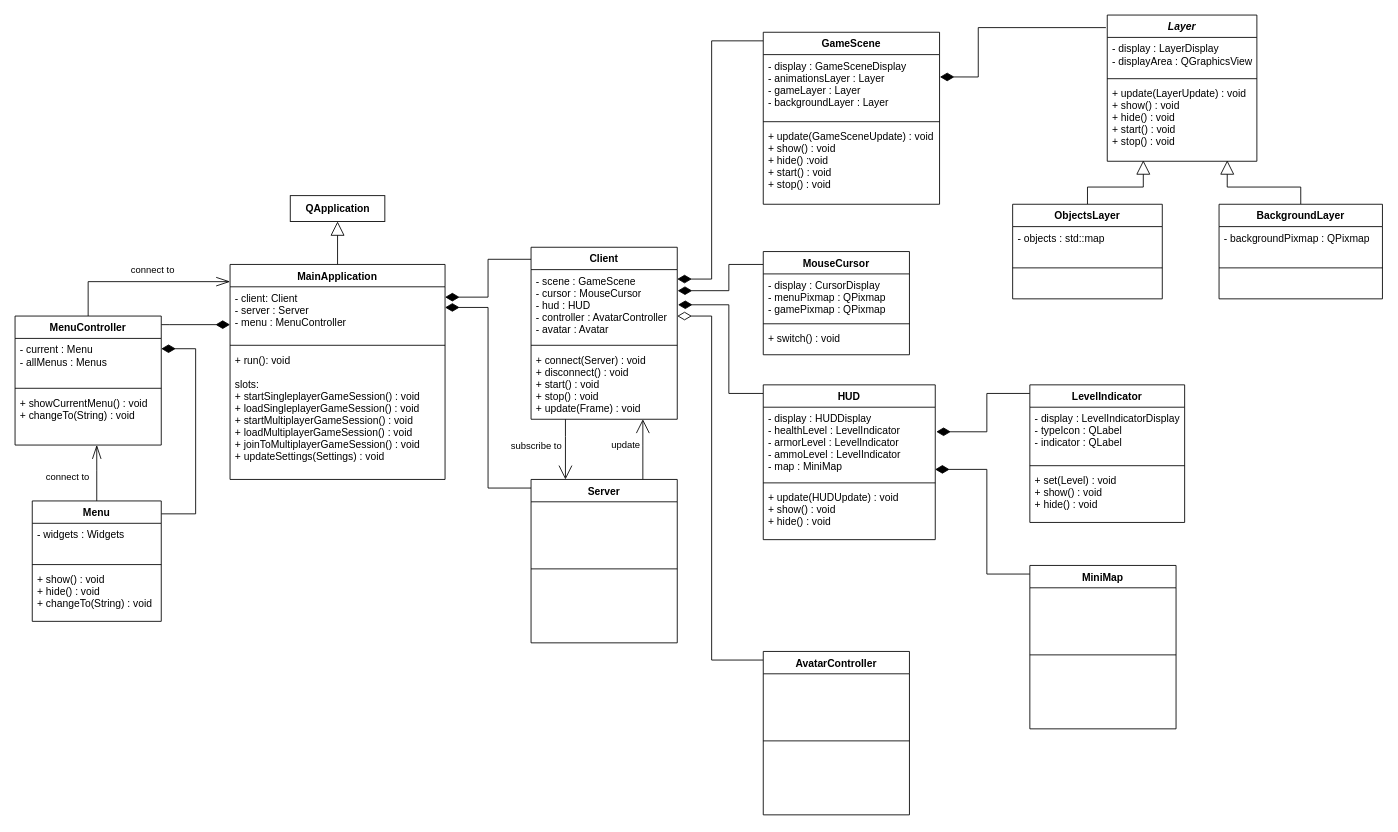
Earlier version of the draw.io diagram doc/class_diagram.drawio (TadekBiela/heisttown). Source tidied: cells renumbered, new cells numbered last; positions are measured from the earlier drawing's top-left corner, leaving out a move shared by most shapes. Both pictures are drawn from the tidied source at 86%, with x=0, y=0 at pixel (15, 15).
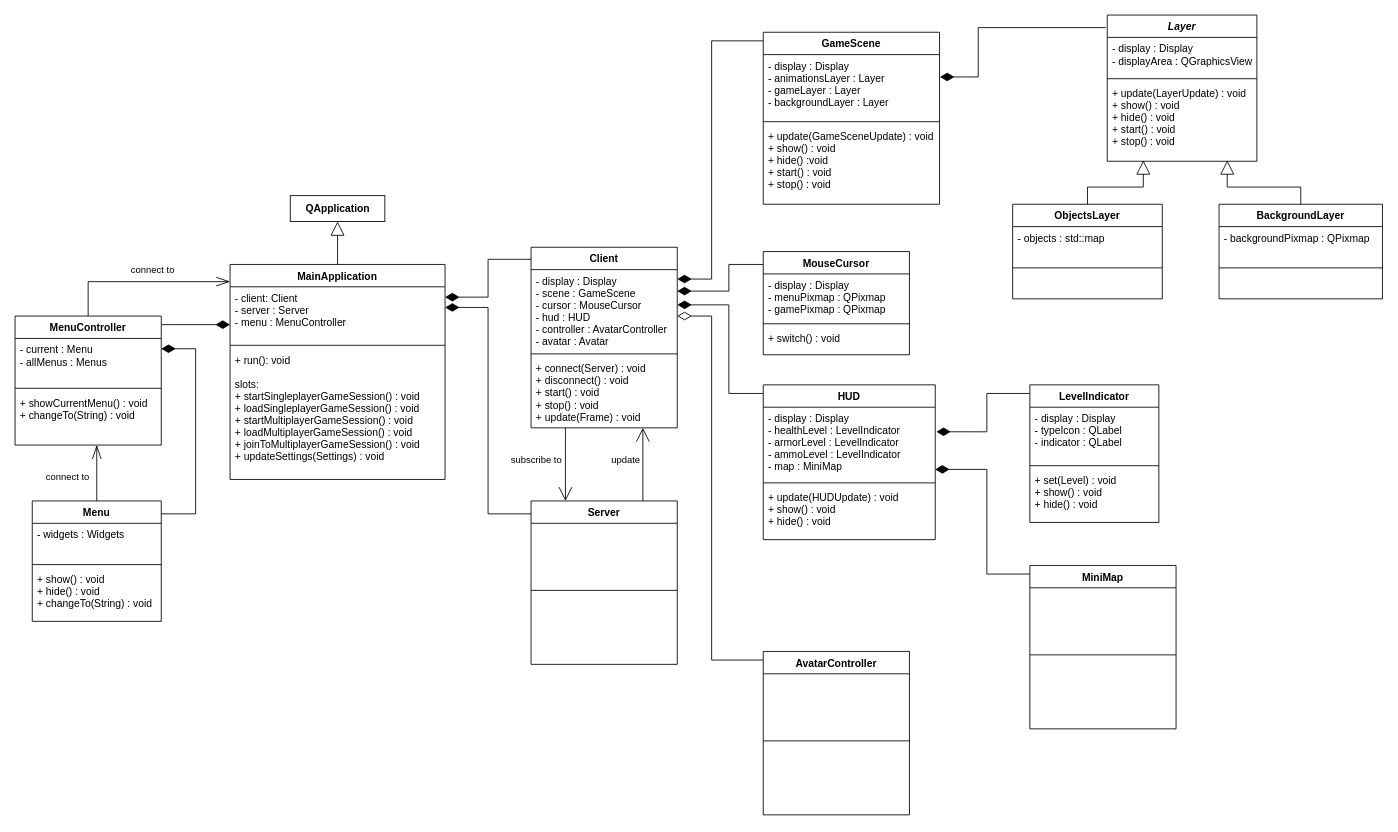
After the change.

Commit message:
Unify display for all classes

Unchanged cells that the change refers to:
```xml
<mxCell id="4" value="- client: Client&#10;- server : Server&#10;- menu : MenuController" style="text;strokeColor=none;fillColor=none;align=left;verticalAlign=top;spacingLeft=4;spacingRight=4;overflow=hidden;points=[[0,0.5],[1,0.5]];portConstraint=eastwest;" parent="3" vertex="1">
  <mxGeometry y="26" width="250" height="64" as="geometry" />
</mxCell>
<mxCell id="35" value="GameScene" style="swimlane;fontStyle=1;align=center;verticalAlign=top;horizontal=1;startSize=26;" parent="1" vertex="1">
  <mxGeometry x="870" y="20" width="205" height="200" as="geometry" />
</mxCell>
<mxCell id="41" value="HUD" style="swimlane;fontStyle=1;align=center;verticalAlign=top;horizontal=1;startSize=26;" parent="1" vertex="1">
  <mxGeometry x="870" y="430" width="200" height="180" as="geometry" />
</mxCell>
<mxCell id="51" value="MouseCursor" style="swimlane;fontStyle=1;align=center;verticalAlign=top;horizontal=1;startSize=26;" parent="1" vertex="1">
  <mxGeometry x="870" y="275" width="170" height="120" as="geometry" />
</mxCell>
<mxCell id="66" value="Layer" style="swimlane;fontStyle=3;align=center;verticalAlign=top;horizontal=1;startSize=26;" parent="1" vertex="1">
  <mxGeometry x="1270" width="174" height="170" as="geometry" />
</mxCell>
```

What changed in the source:
```diff
@@
     <mxCell id="9" value="Client" style="swimlane;fontStyle=1;align=center;verticalAlign=top;horizontal=1;startSize=26;" parent="1" vertex="1">
-      <mxGeometry x="600" y="270" width="170" height="200" as="geometry" />
+      <mxGeometry x="600" y="270" width="170" height="210" as="geometry" />
     </mxCell>
-    <mxCell id="10" value="- scene : GameScene&#10;- cursor : MouseCursor&#10;- hud : HUD&#10;- controller : AvatarController&#10;- avatar : Avatar" style="text;strokeColor=none;fillColor=none;align=left;verticalAlign=top;spacingLeft=4;spacingRight=4;overflow=hidden;points=[[0,0.5],[1,0.5]];portConstraint=eastwest;" parent="9" vertex="1">
-      <mxGeometry y="26" width="170" height="84" as="geometry" />
+    <mxCell id="10" value="- display : Display&#10;- scene : GameScene&#10;- cursor : MouseCursor&#10;- hud : HUD&#10;- controller : AvatarController&#10;- avatar : Avatar" style="text;strokeColor=none;fillColor=none;align=left;verticalAlign=top;spacingLeft=4;spacingRight=4;overflow=hidden;points=[[0,0.5],[1,0.5]];portConstraint=eastwest;" parent="9" vertex="1">
+      <mxGeometry y="26" width="170" height="94" as="geometry" />
     </mxCell>
     <mxCell id="11" style="line;strokeWidth=1;fillColor=none;align=left;verticalAlign=middle;spacingTop=-1;spacingLeft=3;spacingRight=3;labelPosition=right;" parent="9" vertex="1">
-      <mxGeometry y="110" width="170" height="8" as="geometry" />
+      <mxGeometry y="120" width="170" height="8" as="geometry" />
     </mxCell>
     <mxCell id="12" value="+ connect(Server) : void&#10;+ disconnect() : void&#10;+ start() : void&#10;+ stop() : void&#10;+ update(Frame) : void" style="text;strokeColor=none;fillColor=none;align=left;verticalAlign=top;spacingLeft=4;spacingRight=4;overflow=hidden;" parent="9" vertex="1">
-      <mxGeometry y="118" width="170" height="82" as="geometry" />
+      <mxGeometry y="128" width="170" height="82" as="geometry" />
     </mxCell>
@@
     <mxCell id="28" style="edgeStyle=orthogonalEdgeStyle;rounded=0;jettySize=auto;html=1;endArrow=diamondThin;endFill=1;endSize=14;" parent="1" edge="1" source="30" target="4">
       <mxGeometry relative="1" as="geometry">
         <Array as="points">
-          <mxPoint x="550" y="550" />
+          <mxPoint x="550" y="580" />
           <mxPoint x="550" y="340" />
         </Array>
       </mxGeometry>
     </mxCell>
@@
     <mxCell id="30" value="Server" style="swimlane;fontStyle=1;align=center;verticalAlign=top;horizontal=1;startSize=26;" parent="1" vertex="1">
-      <mxGeometry x="600" y="540" width="170" height="190" as="geometry" />
+      <mxGeometry x="600" y="565" width="170" height="190" as="geometry" />
     </mxCell>
@@
-    <mxCell id="36" value="- display : GameSceneDisplay&#10;- animationsLayer : Layer&#10;- gameLayer : Layer&#10;- backgroundLayer : Layer&#10;" style="text;strokeColor=none;fillColor=none;align=left;verticalAlign=top;spacingLeft=4;spacingRight=4;overflow=hidden;points=[[0,0.5],[1,0.5]];portConstraint=eastwest;" parent="35" vertex="1">
+    <mxCell id="36" value="- display : Display&#10;- animationsLayer : Layer&#10;- gameLayer : Layer&#10;- backgroundLayer : Layer&#10;" style="text;strokeColor=none;fillColor=none;align=left;verticalAlign=top;spacingLeft=4;spacingRight=4;overflow=hidden;points=[[0,0.5],[1,0.5]];portConstraint=eastwest;" parent="35" vertex="1">
       <mxGeometry y="26" width="205" height="74" as="geometry" />
     </mxCell>
@@
-    <mxCell id="39" style="edgeStyle=orthogonalEdgeStyle;rounded=0;jettySize=auto;html=1;endArrow=diamondThin;endFill=1;endSize=14;entryX=1.003;entryY=0.292;entryDx=0;entryDy=0;entryPerimeter=0;" parent="1" edge="1" source="51" target="10">
+    <mxCell id="39" style="edgeStyle=orthogonalEdgeStyle;rounded=0;jettySize=auto;html=1;endArrow=diamondThin;endFill=1;endSize=14;" parent="1" edge="1" source="51" target="10">
       <mxGeometry relative="1" as="geometry">
         <Array as="points">
           <mxPoint x="830" y="290" />
           <mxPoint x="830" y="321" />
         </Array>
       </mxGeometry>
     </mxCell>
-    <mxCell id="40" style="edgeStyle=orthogonalEdgeStyle;rounded=0;jettySize=auto;html=1;endArrow=diamondThin;endFill=1;endSize=14;entryX=1.005;entryY=0.487;entryDx=0;entryDy=0;entryPerimeter=0;" parent="1" edge="1" source="41" target="10">
+    <mxCell id="40" style="edgeStyle=orthogonalEdgeStyle;rounded=0;jettySize=auto;html=1;endArrow=diamondThin;endFill=1;endSize=14;" parent="1" edge="1" source="41" target="10">
       <mxGeometry relative="1" as="geometry">
         <Array as="points">
           <mxPoint x="830" y="440" />
           <mxPoint x="830" y="337" />
         </Array>
       </mxGeometry>
     </mxCell>
@@
-    <mxCell id="42" value="- display : HUDDisplay&#10;- healthLevel : LevelIndicator&#10;- armorLevel : LevelIndicator&#10;- ammoLevel : LevelIndicator&#10;- map : MiniMap " style="text;strokeColor=none;fillColor=none;align=left;verticalAlign=top;spacingLeft=4;spacingRight=4;overflow=hidden;points=[[0,0.5],[1,0.5]];portConstraint=eastwest;" parent="41" vertex="1">
+    <mxCell id="42" value="- display : Display&#10;- healthLevel : LevelIndicator&#10;- armorLevel : LevelIndicator&#10;- ammoLevel : LevelIndicator&#10;- map : MiniMap " style="text;strokeColor=none;fillColor=none;align=left;verticalAlign=top;spacingLeft=4;spacingRight=4;overflow=hidden;points=[[0,0.5],[1,0.5]];portConstraint=eastwest;" parent="41" vertex="1">
       <mxGeometry y="26" width="200" height="84" as="geometry" />
     </mxCell>
@@
-    <mxCell id="52" value="- display : CursorDisplay&#10;- menuPixmap : QPixmap&#10;- gamePixmap : QPixmap" style="text;strokeColor=none;fillColor=none;align=left;verticalAlign=top;spacingLeft=4;spacingRight=4;overflow=hidden;" parent="51" vertex="1">
+    <mxCell id="52" value="- display : Display&#10;- menuPixmap : QPixmap&#10;- gamePixmap : QPixmap" style="text;strokeColor=none;fillColor=none;align=left;verticalAlign=top;spacingLeft=4;spacingRight=4;overflow=hidden;" parent="51" vertex="1">
       <mxGeometry y="26" width="170" height="54" as="geometry" />
     </mxCell>
@@
     <mxCell id="56" value="LevelIndicator" style="swimlane;fontStyle=1;align=center;verticalAlign=top;horizontal=1;startSize=26;" parent="1" vertex="1">
-      <mxGeometry x="1180" y="430" width="180" height="160" as="geometry" />
+      <mxGeometry x="1180" y="430" width="150" height="160" as="geometry" />
     </mxCell>
-    <mxCell id="57" value="- display : LevelIndicatorDisplay&#10;- typeIcon : QLabel&#10;- indicator : QLabel" style="text;strokeColor=none;fillColor=none;align=left;verticalAlign=top;spacingLeft=4;spacingRight=4;overflow=hidden;" parent="56" vertex="1">
-      <mxGeometry y="26" width="180" height="64" as="geometry" />
+    <mxCell id="57" value="- display : Display&#10;- typeIcon : QLabel&#10;- indicator : QLabel" style="text;strokeColor=none;fillColor=none;align=left;verticalAlign=top;spacingLeft=4;spacingRight=4;overflow=hidden;" parent="56" vertex="1">
+      <mxGeometry y="26" width="150" height="64" as="geometry" />
     </mxCell>
     <mxCell id="58" style="line;strokeWidth=1;fillColor=none;align=left;verticalAlign=middle;spacingTop=-1;spacingLeft=3;spacingRight=3;labelPosition=right;" parent="56" vertex="1">
-      <mxGeometry y="90" width="180" height="8" as="geometry" />
+      <mxGeometry y="90" width="150" height="8" as="geometry" />
     </mxCell>
     <mxCell id="59" value="+ set(Level) : void&#10;+ show() : void&#10;+ hide() : void" style="text;strokeColor=none;fillColor=none;align=left;verticalAlign=top;spacingLeft=4;spacingRight=4;overflow=hidden;" parent="56" vertex="1">
-      <mxGeometry y="98" width="180" height="62" as="geometry" />
+      <mxGeometry y="98" width="150" height="62" as="geometry" />
     </mxCell>
@@
-    <mxCell id="67" value="- display : LayerDisplay&#10;- displayArea : QGraphicsView&#10;" style="text;strokeColor=none;fillColor=none;align=left;verticalAlign=top;spacingLeft=4;spacingRight=4;overflow=hidden;" parent="66" vertex="1">
+    <mxCell id="67" value="- display : Display&#10;- displayArea : QGraphicsView&#10;" style="text;strokeColor=none;fillColor=none;align=left;verticalAlign=top;spacingLeft=4;spacingRight=4;overflow=hidden;" parent="66" vertex="1">
       <mxGeometry y="26" width="174" height="44" as="geometry" />
     </mxCell>
```
